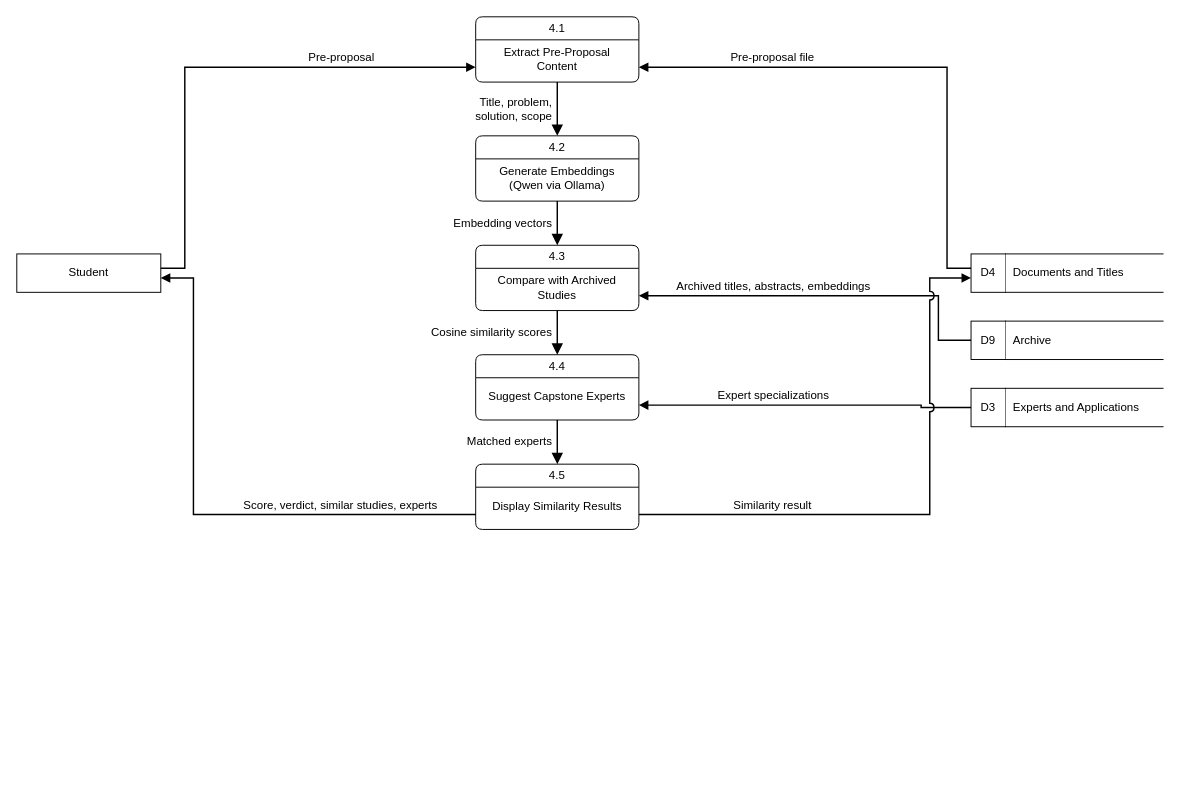
Above: page "DFD Level 1 - 4.0 Check Duplication" (7 of 16) of docs/diagrams/capstrack-diagrams-all.drawio in M21thony/capstrack (draw.io), before the change. Source tidied: cells renumbered, new cells numbered last; positions are measured from the earlier drawing's top-left corner, leaving out a move shared by most shapes. Both pictures are drawn from the tidied source at 96%, with x=0, y=0 at pixel (16, 16).
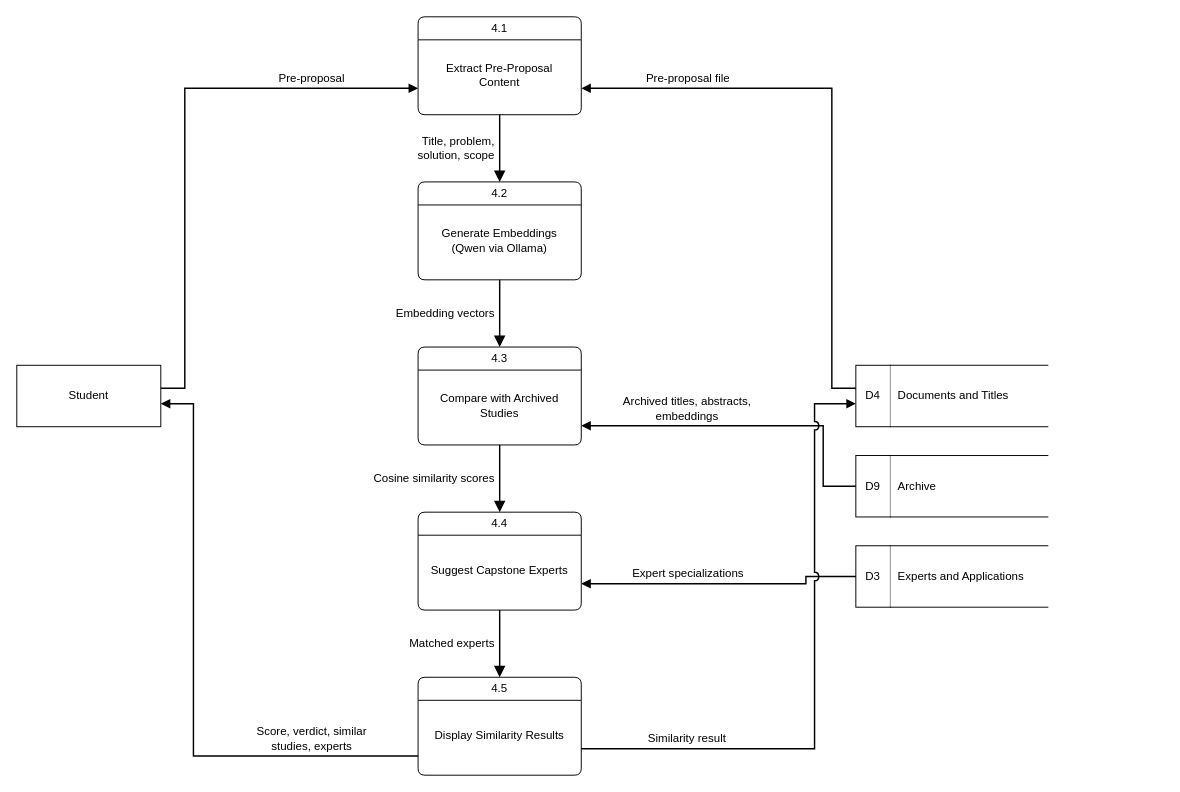
The same diagram, later.

Diff of the diagram source:
```diff
@@
     <mxCell id="2" value="4.1" style="swimlane;shape=swimlane;rounded=1;arcSize=10;startSize=24;html=1;whiteSpace=wrap;fillColor=#ffffff;swimlaneFillColor=#ffffff;fontStyle=0;fontSize=12;strokeColor=#000000;fontFamily=Helvetica;fontColor=#000000;" parent="1" vertex="1">
-      <mxGeometry x="478" width="170" height="68" as="geometry" />
+      <mxGeometry x="418" width="170" height="102" as="geometry" />
     </mxCell>
     <mxCell id="3" value="Extract Pre-Proposal Content" style="text;html=1;strokeColor=none;fillColor=none;align=center;verticalAlign=middle;whiteSpace=wrap;fontSize=12;fontFamily=Helvetica;fontColor=#000000;" parent="2" vertex="1">
-      <mxGeometry x="6" y="24" width="158" height="40" as="geometry" />
+      <mxGeometry x="6" y="24" width="158" height="74" as="geometry" />
     </mxCell>
     <mxCell id="4" value="4.2" style="swimlane;shape=swimlane;rounded=1;arcSize=10;startSize=24;html=1;whiteSpace=wrap;fillColor=#ffffff;swimlaneFillColor=#ffffff;fontStyle=0;fontSize=12;strokeColor=#000000;fontFamily=Helvetica;fontColor=#000000;" parent="1" vertex="1">
-      <mxGeometry x="478" y="124" width="170" height="68" as="geometry" />
+      <mxGeometry x="418" y="172" width="170" height="102" as="geometry" />
     </mxCell>
     <mxCell id="5" value="Generate Embeddings (Qwen via Ollama)" style="text;html=1;strokeColor=none;fillColor=none;align=center;verticalAlign=middle;whiteSpace=wrap;fontSize=12;fontFamily=Helvetica;fontColor=#000000;" parent="4" vertex="1">
-      <mxGeometry x="6" y="24" width="158" height="40" as="geometry" />
+      <mxGeometry x="6" y="24" width="158" height="74" as="geometry" />
     </mxCell>
     <mxCell id="6" value="4.3" style="swimlane;shape=swimlane;rounded=1;arcSize=10;startSize=24;html=1;whiteSpace=wrap;fillColor=#ffffff;swimlaneFillColor=#ffffff;fontStyle=0;fontSize=12;strokeColor=#000000;fontFamily=Helvetica;fontColor=#000000;" parent="1" vertex="1">
-      <mxGeometry x="478" y="238" width="170" height="68" as="geometry" />
+      <mxGeometry x="418" y="344" width="170" height="102" as="geometry" />
     </mxCell>
     <mxCell id="7" value="Compare with Archived Studies" style="text;html=1;strokeColor=none;fillColor=none;align=center;verticalAlign=middle;whiteSpace=wrap;fontSize=12;fontFamily=Helvetica;fontColor=#000000;" parent="6" vertex="1">
-      <mxGeometry x="6" y="24" width="158" height="40" as="geometry" />
+      <mxGeometry x="6" y="24" width="158" height="74" as="geometry" />
     </mxCell>
     <mxCell id="8" value="4.4" style="swimlane;shape=swimlane;rounded=1;arcSize=10;startSize=24;html=1;whiteSpace=wrap;fillColor=#ffffff;swimlaneFillColor=#ffffff;fontStyle=0;fontSize=12;strokeColor=#000000;fontFamily=Helvetica;fontColor=#000000;" parent="1" vertex="1">
-      <mxGeometry x="478" y="352" width="170" height="68" as="geometry" />
+      <mxGeometry x="418" y="516" width="170" height="102" as="geometry" />
     </mxCell>
     <mxCell id="9" value="Suggest Capstone Experts" style="text;html=1;strokeColor=none;fillColor=none;align=center;verticalAlign=middle;whiteSpace=wrap;fontSize=12;fontFamily=Helvetica;fontColor=#000000;" parent="8" vertex="1">
-      <mxGeometry x="6" y="24" width="158" height="40" as="geometry" />
+      <mxGeometry x="6" y="24" width="158" height="74" as="geometry" />
     </mxCell>
     <mxCell id="10" value="4.5" style="swimlane;shape=swimlane;rounded=1;arcSize=10;startSize=24;html=1;whiteSpace=wrap;fillColor=#ffffff;swimlaneFillColor=#ffffff;fontStyle=0;fontSize=12;strokeColor=#000000;fontFamily=Helvetica;fontColor=#000000;" parent="1" vertex="1">
-      <mxGeometry x="478" y="466" width="170" height="68" as="geometry" />
+      <mxGeometry x="418" y="688" width="170" height="102" as="geometry" />
     </mxCell>
     <mxCell id="11" value="Display Similarity Results" style="text;html=1;strokeColor=none;fillColor=none;align=center;verticalAlign=middle;whiteSpace=wrap;fontSize=12;fontFamily=Helvetica;fontColor=#000000;" parent="10" vertex="1">
-      <mxGeometry x="6" y="24" width="158" height="40" as="geometry" />
+      <mxGeometry x="6" y="24" width="158" height="74" as="geometry" />
     </mxCell>
     <mxCell id="12" value="Student" style="rounded=0;whiteSpace=wrap;html=1;fillColor=#ffffff;fontSize=12;strokeColor=#000000;fontFamily=Helvetica;fontColor=#000000;" parent="1" vertex="1">
-      <mxGeometry y="247" width="150" height="40" as="geometry" />
+      <mxGeometry y="363" width="150" height="64" as="geometry" />
     </mxCell>
     <mxCell id="13" style="rounded=0;html=1;fillColor=none;strokeColor=none;fontSize=12;" parent="1" vertex="1">
-      <mxGeometry x="994" y="247" width="200" height="40" as="geometry" />
+      <mxGeometry x="874" y="363" width="200" height="64" as="geometry" />
     </mxCell>
     <mxCell id="14" value="D4" style="rounded=0;whiteSpace=wrap;html=1;fillColor=#ffffff;fontSize=12;strokeColor=#000000;fontFamily=Helvetica;fontColor=#000000;" parent="13" vertex="1">
-      <mxGeometry width="36" height="40" as="geometry" />
+      <mxGeometry width="36" height="64" as="geometry" />
     </mxCell>
     <mxCell id="15" value="Documents and Titles" style="shape=partialRectangle;left=0;right=0;top=1;bottom=1;whiteSpace=wrap;html=1;align=left;spacingLeft=6;fillColor=#ffffff;fontSize=12;strokeColor=#000000;fontFamily=Helvetica;fontColor=#000000;" parent="13" vertex="1">
-      <mxGeometry x="36" width="164" height="40" as="geometry" />
+      <mxGeometry x="36" width="164" height="64" as="geometry" />
     </mxCell>
     <mxCell id="16" style="rounded=0;html=1;fillColor=none;strokeColor=none;fontSize=12;" parent="1" vertex="1">
-      <mxGeometry x="994" y="317" width="200" height="40" as="geometry" />
+      <mxGeometry x="874" y="457" width="200" height="64" as="geometry" />
     </mxCell>
     <mxCell id="17" value="D9" style="rounded=0;whiteSpace=wrap;html=1;fillColor=#ffffff;fontSize=12;strokeColor=#000000;fontFamily=Helvetica;fontColor=#000000;" parent="16" vertex="1">
-      <mxGeometry width="36" height="40" as="geometry" />
+      <mxGeometry width="36" height="64" as="geometry" />
     </mxCell>
     <mxCell id="18" value="Archive" style="shape=partialRectangle;left=0;right=0;top=1;bottom=1;whiteSpace=wrap;html=1;align=left;spacingLeft=6;fillColor=#ffffff;fontSize=12;strokeColor=#000000;fontFamily=Helvetica;fontColor=#000000;" parent="16" vertex="1">
-      <mxGeometry x="36" width="164" height="40" as="geometry" />
+      <mxGeometry x="36" width="164" height="64" as="geometry" />
     </mxCell>
     <mxCell id="19" style="rounded=0;html=1;fillColor=none;strokeColor=none;fontSize=12;" parent="1" vertex="1">
-      <mxGeometry x="994" y="387" width="200" height="40" as="geometry" />
+      <mxGeometry x="874" y="551" width="200" height="64" as="geometry" />
     </mxCell>
     <mxCell id="20" value="D3" style="rounded=0;whiteSpace=wrap;html=1;fillColor=#ffffff;fontSize=12;strokeColor=#000000;fontFamily=Helvetica;fontColor=#000000;" parent="19" vertex="1">
-      <mxGeometry width="36" height="40" as="geometry" />
+      <mxGeometry width="36" height="64" as="geometry" />
     </mxCell>
     <mxCell id="21" value="Experts and Applications" style="shape=partialRectangle;left=0;right=0;top=1;bottom=1;whiteSpace=wrap;html=1;align=left;spacingLeft=6;fillColor=#ffffff;fontSize=12;strokeColor=#000000;fontFamily=Helvetica;fontColor=#000000;" parent="19" vertex="1">
-      <mxGeometry x="36" width="164" height="40" as="geometry" />
+      <mxGeometry x="36" width="164" height="64" as="geometry" />
     </mxCell>
-    <mxCell id="22" value="Pre-proposal" style="jumpStyle=arc;jumpSize=8;edgeStyle=orthogonalEdgeStyle;rounded=0;html=1;endArrow=block;endFill=1;endSize=8;strokeWidth=1.5;startArrow=none;strokeColor=#000000;fontFamily=Helvetica;fontColor=#000000;fontSize=12;labelBackgroundColor=#ffffff;verticalAlign=bottom;endSize=6;exitX=1;exitY=0.375;exitDx=0;exitDy=0;entryX=0;entryY=0.772059;entryDx=0;entryDy=0;" parent="1" edge="1" source="12" target="2">
-      <mxGeometry x="0.48" relative="1" as="geometry">
+    <mxCell id="22" value="Pre-proposal" style="jumpStyle=arc;jumpSize=8;edgeStyle=orthogonalEdgeStyle;rounded=0;html=1;endArrow=block;endFill=1;endSize=8;strokeWidth=1.5;startArrow=none;strokeColor=#000000;fontFamily=Helvetica;fontColor=#000000;fontSize=12;labelBackgroundColor=#ffffff;verticalAlign=bottom;endSize=6;exitX=1;exitY=0.375;exitDx=0;exitDy=0;entryX=0;entryY=0.730392;entryDx=0;entryDy=0;" parent="1" edge="1" source="12" target="2">
+      <mxGeometry x="0.62" relative="1" as="geometry">
         <Array as="points">
-          <mxPoint x="175" y="262" />
-          <mxPoint x="175" y="52.5" />
+          <mxPoint x="175" y="387" />
+          <mxPoint x="175" y="74.5" />
         </Array>
         <mxPoint y="-1" as="offset" />
       </mxGeometry>
     </mxCell>
-    <mxCell id="23" value="Score, verdict, similar studies, experts" style="jumpStyle=arc;jumpSize=8;edgeStyle=orthogonalEdgeStyle;rounded=0;html=1;endArrow=block;endFill=1;endSize=8;strokeWidth=1.5;startArrow=none;strokeColor=#000000;fontFamily=Helvetica;fontColor=#000000;fontSize=12;labelBackgroundColor=#ffffff;verticalAlign=bottom;endSize=6;exitX=0;exitY=0.772059;exitDx=0;exitDy=0;entryX=1;entryY=0.625;entryDx=0;entryDy=0;" parent="1" edge="1" source="10" target="12">
-      <mxGeometry x="-0.51" relative="1" as="geometry">
+    <mxCell id="23" value="Score, verdict, similar&lt;br&gt;studies, experts" style="jumpStyle=arc;jumpSize=8;edgeStyle=orthogonalEdgeStyle;rounded=0;html=1;endArrow=block;endFill=1;endSize=8;strokeWidth=1.5;startArrow=none;strokeColor=#000000;fontFamily=Helvetica;fontColor=#000000;fontSize=12;labelBackgroundColor=#ffffff;verticalAlign=bottom;endSize=6;exitX=0;exitY=0.803922;exitDx=0;exitDy=0;entryX=1;entryY=0.625;entryDx=0;entryDy=0;" parent="1" edge="1" source="10" target="12">
+      <mxGeometry x="-0.65" relative="1" as="geometry">
         <Array as="points">
-          <mxPoint x="184" y="518.5" />
-          <mxPoint x="184" y="272" />
+          <mxPoint x="184" y="770" />
+          <mxPoint x="184" y="403" />
         </Array>
         <mxPoint y="-1" as="offset" />
       </mxGeometry>
     </mxCell>
-    <mxCell id="24" value="Pre-proposal file" style="jumpStyle=arc;jumpSize=8;edgeStyle=orthogonalEdgeStyle;rounded=0;html=1;endArrow=block;endFill=1;endSize=8;strokeWidth=1.5;startArrow=none;strokeColor=#000000;fontFamily=Helvetica;fontColor=#000000;fontSize=12;labelBackgroundColor=#ffffff;verticalAlign=bottom;endSize=6;exitX=0;exitY=0.375;exitDx=0;exitDy=0;entryX=1;entryY=0.772059;entryDx=0;entryDy=0;" parent="1" edge="1" source="13" target="2">
-      <mxGeometry x="0.5" relative="1" as="geometry">
+    <mxCell id="24" value="Pre-proposal file" style="jumpStyle=arc;jumpSize=8;edgeStyle=orthogonalEdgeStyle;rounded=0;html=1;endArrow=block;endFill=1;endSize=8;strokeWidth=1.5;startArrow=none;strokeColor=#000000;fontFamily=Helvetica;fontColor=#000000;fontSize=12;labelBackgroundColor=#ffffff;verticalAlign=bottom;endSize=6;exitX=0;exitY=0.375;exitDx=0;exitDy=0;entryX=1;entryY=0.730392;entryDx=0;entryDy=0;" parent="1" edge="1" source="13" target="2">
+      <mxGeometry x="0.63" relative="1" as="geometry">
         <Array as="points">
-          <mxPoint x="969" y="262" />
-          <mxPoint x="969" y="52.5" />
+          <mxPoint x="849" y="387" />
+          <mxPoint x="849" y="74.5" />
         </Array>
         <mxPoint y="-1" as="offset" />
       </mxGeometry>
     </mxCell>
-    <mxCell id="25" value="Archived titles, abstracts, embeddings" style="jumpStyle=arc;jumpSize=8;edgeStyle=orthogonalEdgeStyle;rounded=0;html=1;endArrow=block;endFill=1;endSize=8;strokeWidth=1.5;startArrow=none;strokeColor=#000000;fontFamily=Helvetica;fontColor=#000000;fontSize=12;labelBackgroundColor=#ffffff;verticalAlign=bottom;endSize=6;exitX=0;exitY=0.5;exitDx=0;exitDy=0;entryX=1;entryY=0.772059;entryDx=0;entryDy=0;" parent="1" edge="1" source="16" target="6">
-      <mxGeometry x="0.29" relative="1" as="geometry">
+    <mxCell id="25" value="Archived titles, abstracts,&lt;br&gt;embeddings" style="jumpStyle=arc;jumpSize=8;edgeStyle=orthogonalEdgeStyle;rounded=0;html=1;endArrow=block;endFill=1;endSize=8;strokeWidth=1.5;startArrow=none;strokeColor=#000000;fontFamily=Helvetica;fontColor=#000000;fontSize=12;labelBackgroundColor=#ffffff;verticalAlign=bottom;endSize=6;exitX=0;exitY=0.5;exitDx=0;exitDy=0;entryX=1;entryY=0.803922;entryDx=0;entryDy=0;" parent="1" edge="1" source="16" target="6">
+      <mxGeometry x="0.37" relative="1" as="geometry">
         <Array as="points">
-          <mxPoint x="960" y="337" />
-          <mxPoint x="960" y="290.5" />
+          <mxPoint x="840" y="489" />
+          <mxPoint x="840" y="426" />
         </Array>
         <mxPoint y="-1" as="offset" />
       </mxGeometry>
     </mxCell>
-    <mxCell id="26" value="Expert specializations" style="jumpStyle=arc;jumpSize=8;edgeStyle=orthogonalEdgeStyle;rounded=0;html=1;endArrow=block;endFill=1;endSize=8;strokeWidth=1.5;startArrow=none;strokeColor=#000000;fontFamily=Helvetica;fontColor=#000000;fontSize=12;labelBackgroundColor=#ffffff;verticalAlign=bottom;endSize=6;exitX=0;exitY=0.5;exitDx=0;exitDy=0;entryX=1;entryY=0.772059;entryDx=0;entryDy=0;" parent="1" edge="1" source="19" target="8">
-      <mxGeometry x="0.2" relative="1" as="geometry">
+    <mxCell id="26" value="Expert specializations" style="jumpStyle=arc;jumpSize=8;edgeStyle=orthogonalEdgeStyle;rounded=0;html=1;endArrow=block;endFill=1;endSize=8;strokeWidth=1.5;startArrow=none;strokeColor=#000000;fontFamily=Helvetica;fontColor=#000000;fontSize=12;labelBackgroundColor=#ffffff;verticalAlign=bottom;endSize=6;exitX=0;exitY=0.5;exitDx=0;exitDy=0;entryX=1;entryY=0.730392;entryDx=0;entryDy=0;" parent="1" edge="1" source="19" target="8">
+      <mxGeometry x="0.25" relative="1" as="geometry">
         <Array as="points">
-          <mxPoint x="942" y="407" />
-          <mxPoint x="942" y="404.5" />
+          <mxPoint x="822" y="583" />
+          <mxPoint x="822" y="590.5" />
         </Array>
         <mxPoint y="-1" as="offset" />
       </mxGeometry>
     </mxCell>
-    <mxCell id="27" value="Similarity result" style="jumpStyle=arc;jumpSize=8;edgeStyle=orthogonalEdgeStyle;rounded=0;html=1;endArrow=block;endFill=1;endSize=8;strokeWidth=1.5;startArrow=none;strokeColor=#000000;fontFamily=Helvetica;fontColor=#000000;fontSize=12;labelBackgroundColor=#ffffff;verticalAlign=bottom;endSize=6;exitX=1;exitY=0.772059;exitDx=0;exitDy=0;entryX=0;entryY=0.625;entryDx=0;entryDy=0;" parent="1" edge="1" source="10" target="13">
-      <mxGeometry x="-0.53" relative="1" as="geometry">
+    <mxCell id="27" value="Similarity result" style="jumpStyle=arc;jumpSize=8;edgeStyle=orthogonalEdgeStyle;rounded=0;html=1;endArrow=block;endFill=1;endSize=8;strokeWidth=1.5;startArrow=none;strokeColor=#000000;fontFamily=Helvetica;fontColor=#000000;fontSize=12;labelBackgroundColor=#ffffff;verticalAlign=bottom;endSize=6;exitX=1;exitY=0.730392;exitDx=0;exitDy=0;entryX=0;entryY=0.625;entryDx=0;entryDy=0;" parent="1" edge="1" source="10" target="13">
+      <mxGeometry x="-0.66" relative="1" as="geometry">
         <Array as="points">
-          <mxPoint x="951" y="518.5" />
-          <mxPoint x="951" y="272" />
+          <mxPoint x="831" y="762.5" />
+          <mxPoint x="831" y="403" />
         </Array>
         <mxPoint y="-1" as="offset" />
       </mxGeometry>
     </mxCell>
```
